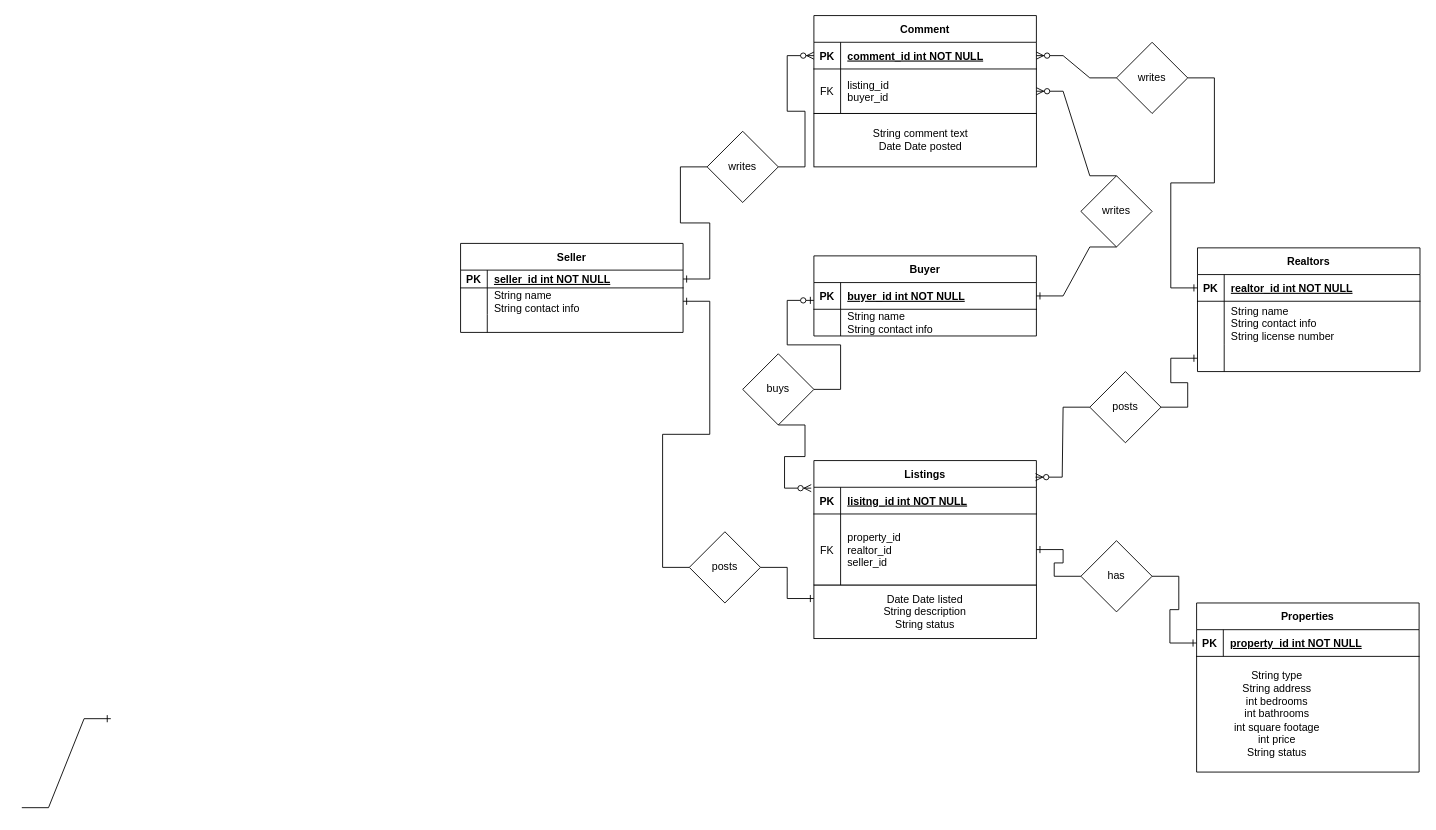
Earlier version of the draw.io diagram 02/A10_ASE230.drawio (Alli-Garcia/ASE230-Company-website). Source tidied: cells renumbered, new cells numbered last; positions are measured from the earlier drawing's top-left corner, leaving out a move shared by most shapes. Both pictures are drawn from the tidied source at 89%, with x=0, y=0 at pixel (21, -434).
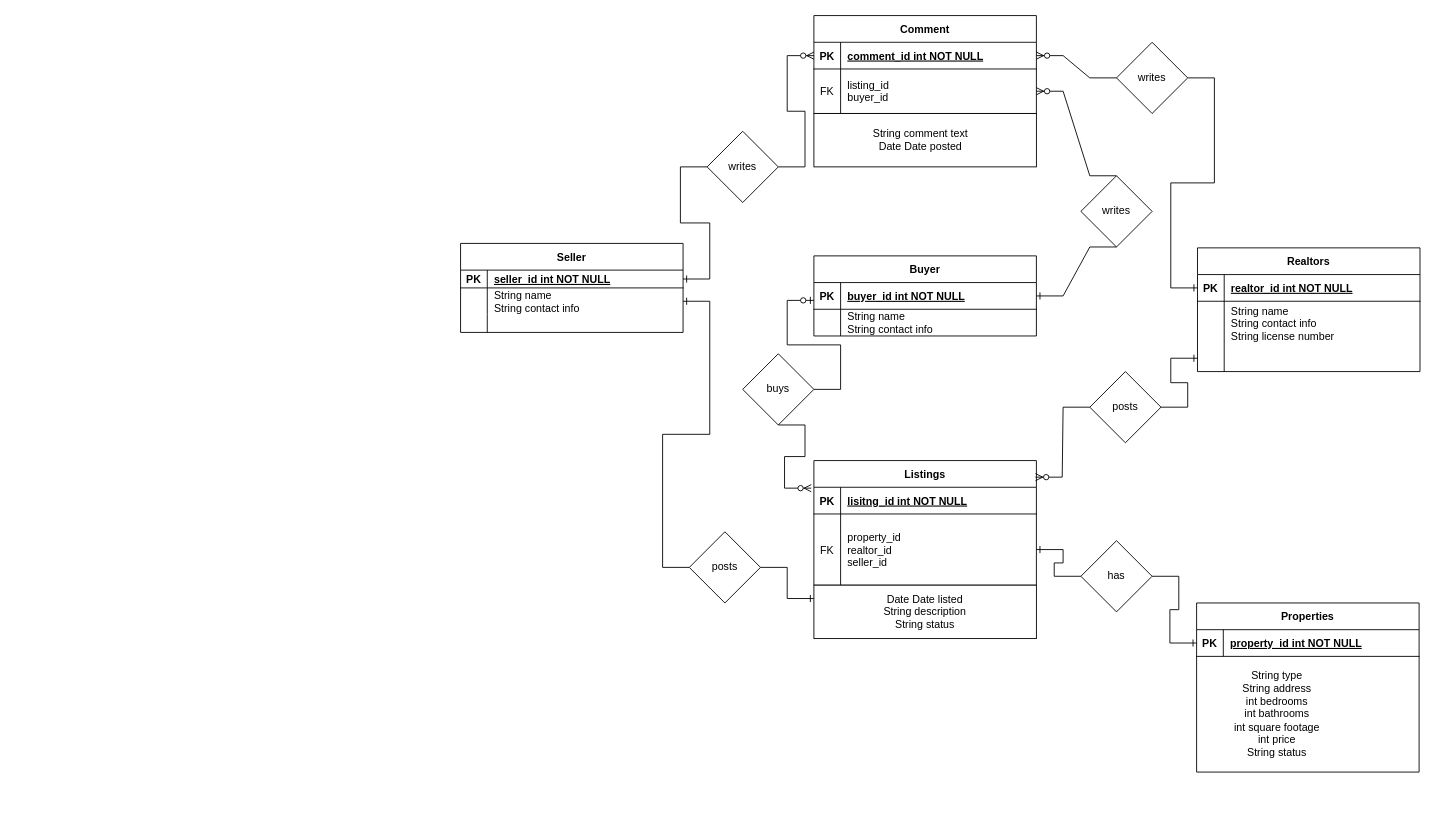
Above is the later version.

Commit message:
ASE230_Dillon wroking_copy.drawio

What changed in the source:
```diff
@@
-    <mxCell id="72" style="edgeStyle=entityRelationEdgeStyle;fontSize=12;html=1;endArrow=ERone;endFill=1;rounded=0;" parent="1" edge="1">
-      <mxGeometry relative="1" as="geometry">
-        <mxPoint y="1395" as="sourcePoint" />
-        <mxPoint x="100" y="1295" as="targetPoint" />
-      </mxGeometry>
-    </mxCell>
```
